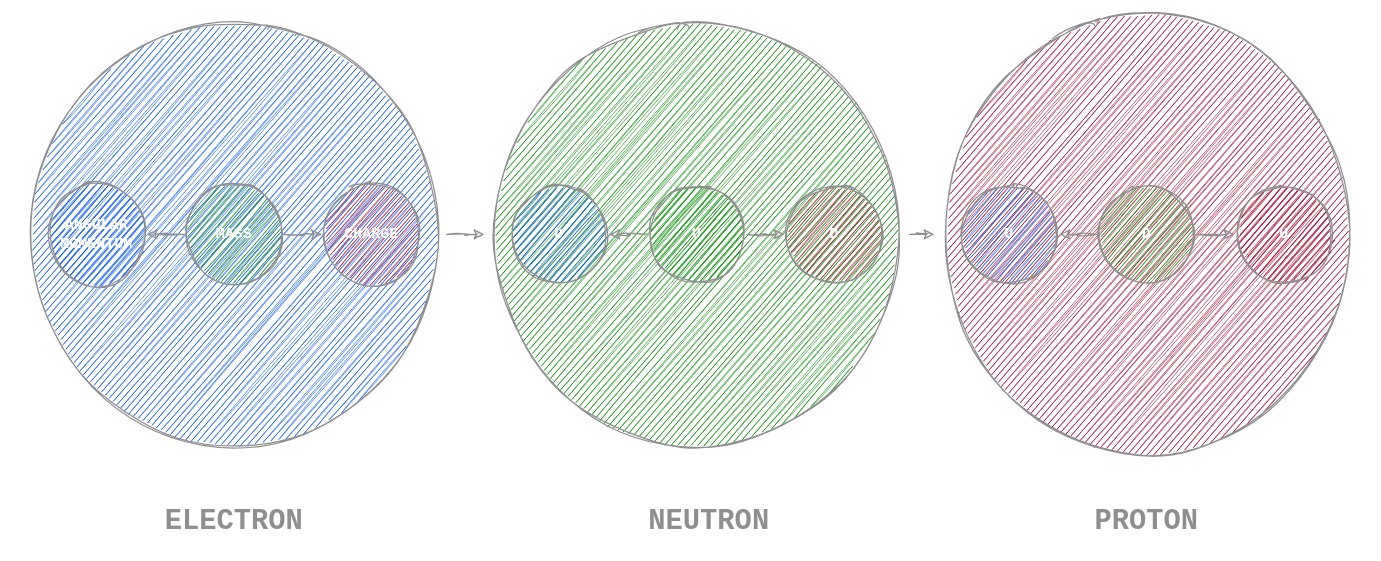
This is page "0.0.4" (3 of 6) of 0. Introduction/Resources/The Theory/The Theory.drawio from hassanhabib/The-Standard-Turkish, a draw.io file, before an edit. Source tidied: cells renumbered, new cells numbered last; positions are measured from the earlier drawing's top-left corner, leaving out a move shared by most shapes. Both pictures are drawn from the tidied source at 125%, with x=0, y=0 at pixel (21, 21).
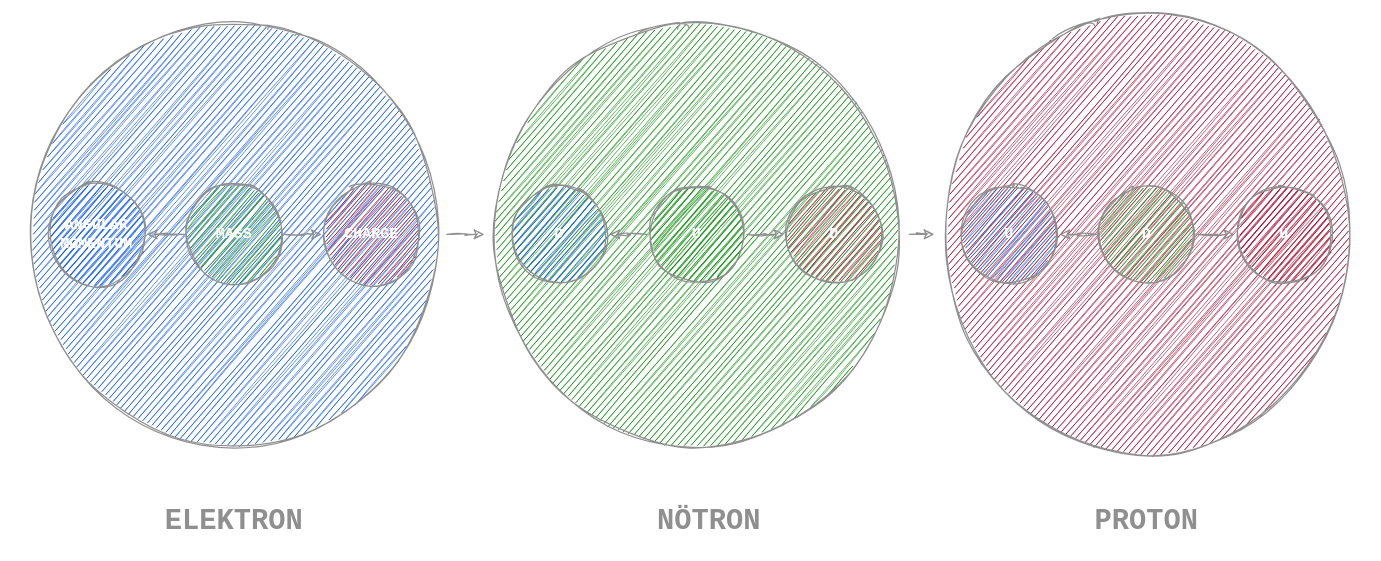
The same page after the edit.

Change to the diagram source:
```diff
@@
-    <mxCell id="17" value="ELECTRON" style="text;html=1;fillColor=none;align=center;verticalAlign=middle;whiteSpace=wrap;rounded=0;sketch=1;fontColor=#8F8F8F;fontSize=23;fontFamily=Courier New;fontStyle=1;" parent="1" vertex="1">
+    <mxCell id="17" value="ELEKTRON" style="text;html=1;fillColor=none;align=center;verticalAlign=middle;whiteSpace=wrap;rounded=0;sketch=1;fontColor=#8F8F8F;fontSize=23;fontFamily=Courier New;fontStyle=1;" parent="1" vertex="1">
       <mxGeometry x="150" y="390" width="40" height="20" as="geometry" />
     </mxCell>
-    <mxCell id="18" value="NEUTRON" style="text;html=1;fillColor=none;align=center;verticalAlign=middle;whiteSpace=wrap;rounded=0;sketch=1;fontColor=#8F8F8F;fontSize=23;fontFamily=Courier New;fontStyle=1;" parent="1" vertex="1">
+    <mxCell id="18" value="NÖTRON" style="text;html=1;fillColor=none;align=center;verticalAlign=middle;whiteSpace=wrap;rounded=0;sketch=1;fontColor=#8F8F8F;fontSize=23;fontFamily=Courier New;fontStyle=1;" parent="1" vertex="1">
       <mxGeometry x="530" y="390" width="40" height="20" as="geometry" />
     </mxCell>
```
